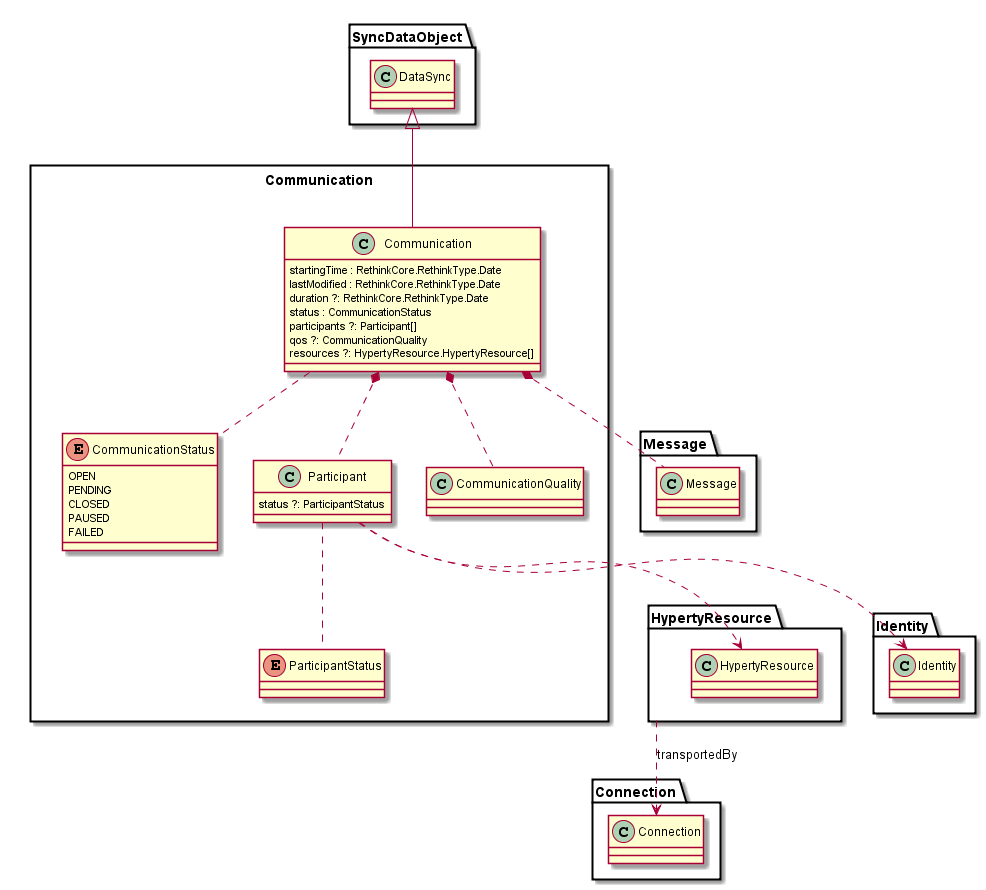
Above: docs/datamodel/data-objects/communication/Communication-Data-Object-Model.png in reTHINK-project/dev-service-framework (PlantUML), before the change.
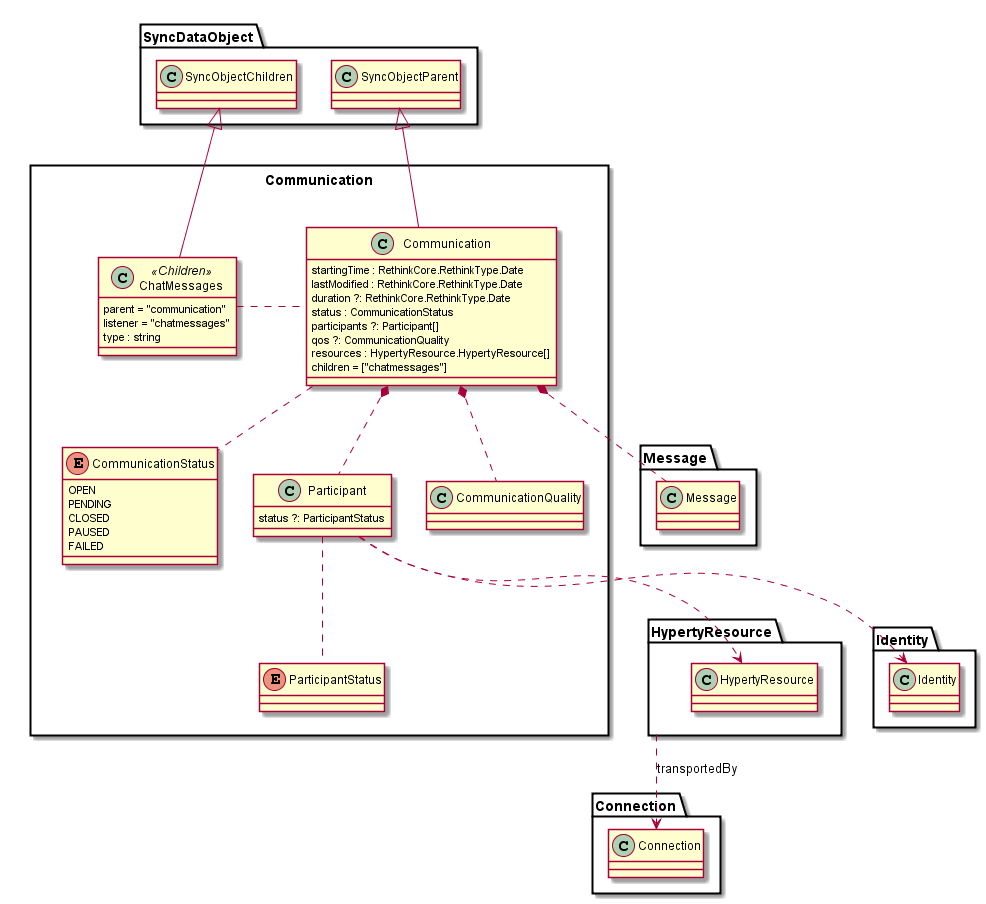
The same diagram one commit later.

Commit message:
data sync and communication model updated in order to be more aligned with implementation

Change to the diagram source:
```diff
@@ -9,7 +9,14 @@
 		status : CommunicationStatus
 		participants ?: Participant[]
 		qos ?: CommunicationQuality
-		resources ?: HypertyResource.HypertyResource[]
+		resources : HypertyResource.HypertyResource[]
+		children = ["chatmessages"]
+	}
+
+	class ChatMessages <<Children>> {
+		parent = "communication"
+		listener = "chatmessages"
+		type : string
 	}
 
 	enum CommunicationStatus {
@@ -30,8 +37,10 @@
 	class CommunicationQuality {
 	}
 
-	Communication -up-|> SyncDataObject.DataSync
+	Communication -up-|> SyncDataObject.SyncObjectParent
+	ChatMessages -up-|> SyncDataObject.SyncObjectChildren
 	Communication .. CommunicationStatus
+	Communication .left. ChatMessages
 	Communication *.. Participant
 	Communication *.. CommunicationQuality
 	Communication *.. Message.Message
```
